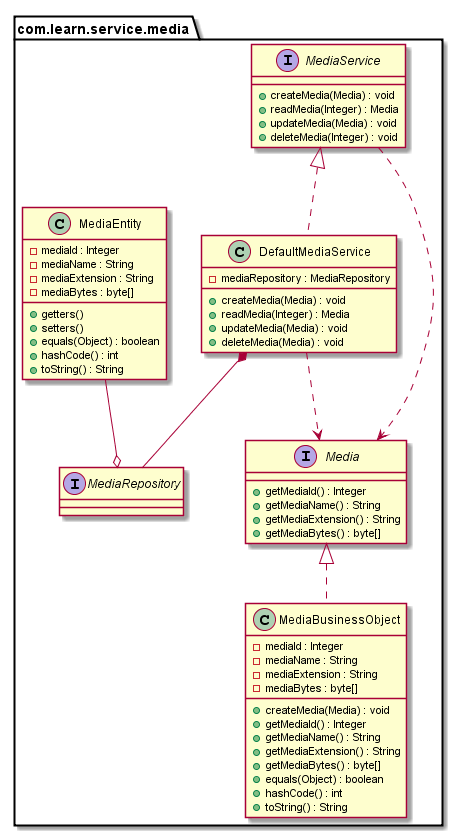
Before: src/main/resources/pic/MediaServiceClassDiagram.png, a diagram exported from PlantUML (gabrianoo/prepare-your-self).
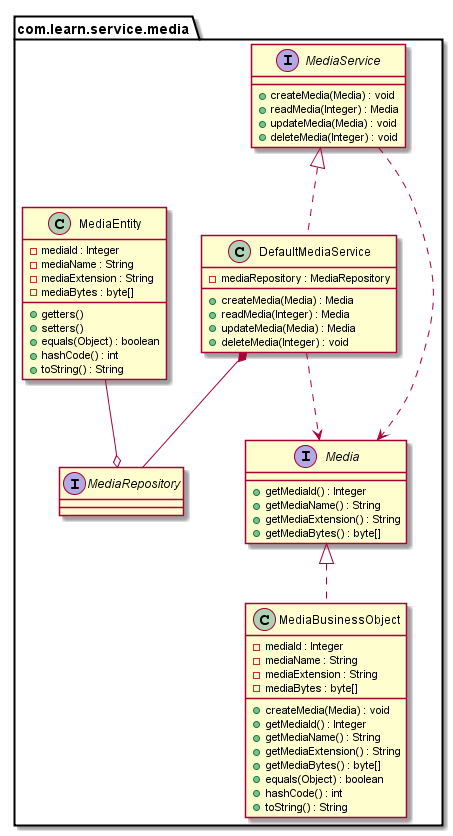
After the commit.

Commit message:
Modified the user and media services to return the updated entity when update and create

Change to the diagram source:
```diff
@@ -20,10 +20,10 @@
 
     class DefaultMediaService {
         - mediaRepository : MediaRepository
-        + createMedia(Media) : void
+        + createMedia(Media) : Media
         + readMedia(Integer) : Media
-        + updateMedia(Media) : void
-        + deleteMedia(Media) : void
+        + updateMedia(Media) : Media
+        + deleteMedia(Integer) : void
     }
     DefaultMediaService *-- MediaRepository
 
```
